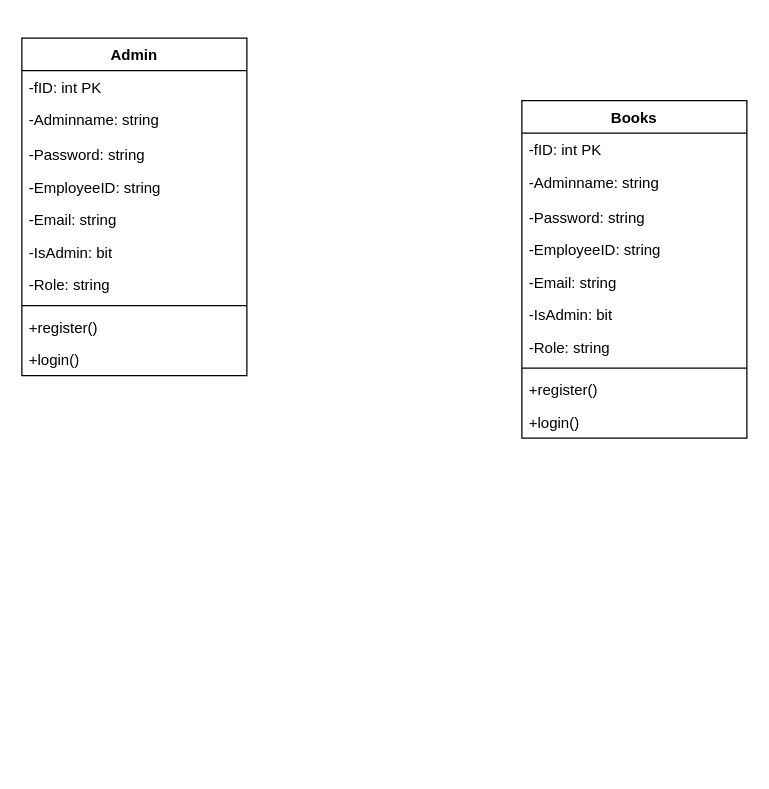
Earlier version of the draw.io diagram bookstore.drawio (ktungl/on-the-road). Source tidied: cells renumbered, new cells numbered last; positions are measured from the earlier drawing's top-left corner, leaving out a move shared by most shapes. Both pictures are drawn from the tidied source at 125%, with x=0, y=0 at pixel (21, 38).
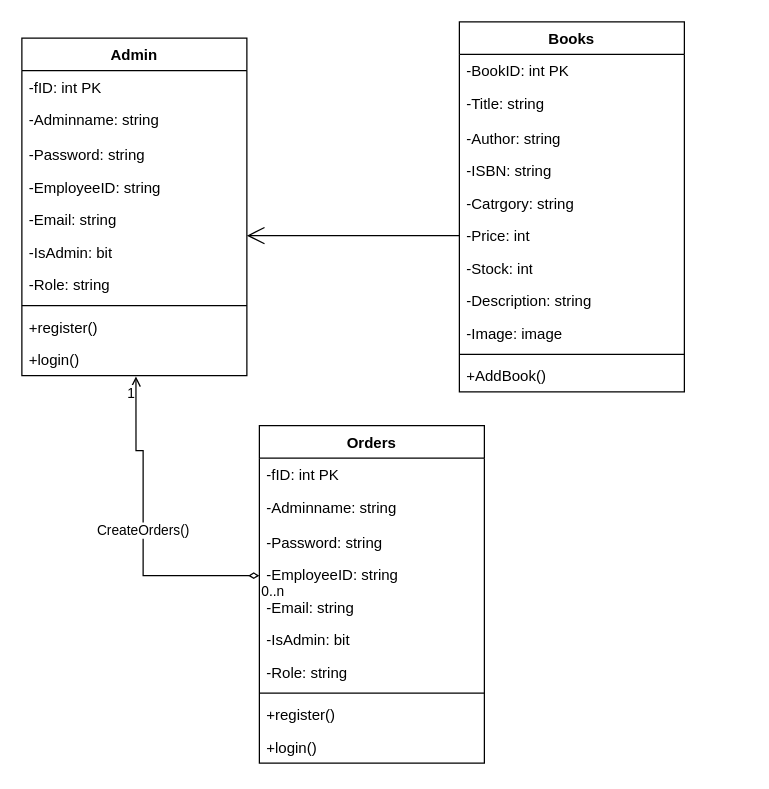
Above is the later version.

Unchanged cells that the change refers to:
```xml
<mxCell id="12" value="+login()" style="text;strokeColor=none;fillColor=none;align=left;verticalAlign=top;spacingLeft=4;spacingRight=4;overflow=hidden;points=[[0,0.5],[1,0.5]];portConstraint=eastwest;whiteSpace=wrap;html=1;" parent="2" vertex="1">
  <mxGeometry y="244" width="180" height="26" as="geometry" />
</mxCell>
```

Change to the diagram source:
```diff
@@
     <mxCell id="13" value="Books" style="swimlane;fontStyle=1;align=center;verticalAlign=top;horizontal=1;startSize=26;whiteSpace=wrap;html=1;" parent="1" vertex="1">
-      <mxGeometry x="400" y="50" width="180" height="270" as="geometry" />
+      <mxGeometry x="350" y="-13" width="180" height="296" as="geometry" />
     </mxCell>
+    <mxCell id="24" value="-BookID: int PK" style="text;strokeColor=none;fillColor=none;align=left;verticalAlign=top;spacingLeft=4;spacingRight=4;overflow=hidden;whiteSpace=wrap;html=1;" parent="13" vertex="1">
+      <mxGeometry y="26" width="180" height="26" as="geometry" />
+    </mxCell>
+    <mxCell id="25" value="-Title: string" style="text;strokeColor=none;fillColor=none;align=left;verticalAlign=top;spacingLeft=4;spacingRight=4;overflow=hidden;whiteSpace=wrap;html=1;" parent="13" vertex="1">
+      <mxGeometry y="52" width="180" height="28" as="geometry" />
+    </mxCell>
+    <mxCell id="26" value="-Author: string" style="text;strokeColor=none;fillColor=none;align=left;verticalAlign=top;spacingLeft=4;spacingRight=4;overflow=hidden;whiteSpace=wrap;html=1;" parent="13" vertex="1">
+      <mxGeometry y="80" width="180" height="26" as="geometry" />
+    </mxCell>
+    <mxCell id="27" value="-ISBN: string" style="text;strokeColor=none;fillColor=none;align=left;verticalAlign=top;spacingLeft=4;spacingRight=4;overflow=hidden;whiteSpace=wrap;html=1;" parent="13" vertex="1">
+      <mxGeometry y="106" width="180" height="26" as="geometry" />
+    </mxCell>
+    <mxCell id="28" value="-Catrgory: string" style="text;strokeColor=none;fillColor=none;align=left;verticalAlign=top;spacingLeft=4;spacingRight=4;overflow=hidden;whiteSpace=wrap;html=1;" parent="13" vertex="1">
+      <mxGeometry y="132" width="180" height="26" as="geometry" />
+    </mxCell>
+    <mxCell id="29" value="-Price: int" style="text;strokeColor=none;fillColor=none;align=left;verticalAlign=top;spacingLeft=4;spacingRight=4;overflow=hidden;points=[[0,0.5],[1,0.5]];portConstraint=eastwest;whiteSpace=wrap;html=1;" parent="13" vertex="1">
+      <mxGeometry y="158" width="180" height="26" as="geometry" />
+    </mxCell>
+    <mxCell id="30" value="-Stock: int" style="text;strokeColor=none;fillColor=none;align=left;verticalAlign=top;spacingLeft=4;spacingRight=4;overflow=hidden;whiteSpace=wrap;html=1;" parent="13" vertex="1">
+      <mxGeometry y="184" width="180" height="26" as="geometry" />
+    </mxCell>
+    <mxCell id="31" value="-Description: string" style="text;strokeColor=none;fillColor=none;align=left;verticalAlign=top;spacingLeft=4;spacingRight=4;overflow=hidden;whiteSpace=wrap;html=1;" parent="13" vertex="1">
+      <mxGeometry y="210" width="180" height="26" as="geometry" />
+    </mxCell>
+    <mxCell id="32" value="-Image: image" style="text;strokeColor=none;fillColor=none;align=left;verticalAlign=top;spacingLeft=4;spacingRight=4;overflow=hidden;whiteSpace=wrap;html=1;" parent="13" vertex="1">
+      <mxGeometry y="236" width="180" height="26" as="geometry" />
+    </mxCell>
+    <mxCell id="33" style="line;strokeWidth=1;fillColor=none;align=left;verticalAlign=middle;spacingTop=-1;spacingLeft=3;spacingRight=3;labelPosition=right;strokeColor=inherit;" parent="13" vertex="1">
+      <mxGeometry y="262" width="180" height="8" as="geometry" />
+    </mxCell>
+    <mxCell id="34" value="+AddBook()&lt;div&gt;&lt;br&gt;&lt;/div&gt;" style="text;strokeColor=none;fillColor=none;align=left;verticalAlign=top;spacingLeft=4;spacingRight=4;overflow=hidden;whiteSpace=wrap;html=1;" parent="13" vertex="1">
+      <mxGeometry y="270" width="180" height="26" as="geometry" />
+    </mxCell>
+    <mxCell id="35" style="endArrow=open;endFill=1;endSize=12;html=1;rounded=0;entryX=1;entryY=0.5;entryDx=0;entryDy=0;exitX=0;exitY=0.5;exitDx=0;exitDy=0;" parent="1" edge="1" source="29">
+      <mxGeometry relative="1" as="geometry">
+        <mxPoint x="180" y="158" as="targetPoint" />
+      </mxGeometry>
+    </mxCell>
+    <mxCell id="36" value="Orders" style="swimlane;fontStyle=1;align=center;verticalAlign=top;horizontal=1;startSize=26;whiteSpace=wrap;html=1;" parent="1" vertex="1">
+      <mxGeometry x="190" y="310" width="180" height="270" as="geometry" />
+    </mxCell>
-    <mxCell id="14" value="-fID: int PK" style="text;strokeColor=none;fillColor=none;align=left;verticalAlign=top;spacingLeft=4;spacingRight=4;overflow=hidden;whiteSpace=wrap;html=1;" parent="13" vertex="1">
+    <mxCell id="14" value="-fID: int PK" style="text;strokeColor=none;fillColor=none;align=left;verticalAlign=top;spacingLeft=4;spacingRight=4;overflow=hidden;whiteSpace=wrap;html=1;" parent="36" vertex="1">
       <mxGeometry y="26" width="180" height="26" as="geometry" />
     </mxCell>
-    <mxCell id="15" value="-Adminname: string" style="text;strokeColor=none;fillColor=none;align=left;verticalAlign=top;spacingLeft=4;spacingRight=4;overflow=hidden;whiteSpace=wrap;html=1;" parent="13" vertex="1">
+    <mxCell id="15" value="-Adminname: string" style="text;strokeColor=none;fillColor=none;align=left;verticalAlign=top;spacingLeft=4;spacingRight=4;overflow=hidden;whiteSpace=wrap;html=1;" parent="36" vertex="1">
       <mxGeometry y="52" width="180" height="28" as="geometry" />
     </mxCell>
-    <mxCell id="16" value="-Password: string" style="text;strokeColor=none;fillColor=none;align=left;verticalAlign=top;spacingLeft=4;spacingRight=4;overflow=hidden;whiteSpace=wrap;html=1;" parent="13" vertex="1">
+    <mxCell id="16" value="-Password: string" style="text;strokeColor=none;fillColor=none;align=left;verticalAlign=top;spacingLeft=4;spacingRight=4;overflow=hidden;whiteSpace=wrap;html=1;" parent="36" vertex="1">
       <mxGeometry y="80" width="180" height="26" as="geometry" />
     </mxCell>
-    <mxCell id="17" value="-EmployeeID: string" style="text;strokeColor=none;fillColor=none;align=left;verticalAlign=top;spacingLeft=4;spacingRight=4;overflow=hidden;whiteSpace=wrap;html=1;" parent="13" vertex="1">
+    <mxCell id="17" value="-EmployeeID: string" style="text;strokeColor=none;fillColor=none;align=left;verticalAlign=top;spacingLeft=4;spacingRight=4;overflow=hidden;whiteSpace=wrap;html=1;" parent="36" vertex="1">
       <mxGeometry y="106" width="180" height="26" as="geometry" />
     </mxCell>
-    <mxCell id="18" value="-Email: string" style="text;strokeColor=none;fillColor=none;align=left;verticalAlign=top;spacingLeft=4;spacingRight=4;overflow=hidden;whiteSpace=wrap;html=1;" parent="13" vertex="1">
+    <mxCell id="18" value="-Email: string" style="text;strokeColor=none;fillColor=none;align=left;verticalAlign=top;spacingLeft=4;spacingRight=4;overflow=hidden;whiteSpace=wrap;html=1;" parent="36" vertex="1">
       <mxGeometry y="132" width="180" height="26" as="geometry" />
     </mxCell>
-    <mxCell id="19" value="-IsAdmin: bit" style="text;strokeColor=none;fillColor=none;align=left;verticalAlign=top;spacingLeft=4;spacingRight=4;overflow=hidden;whiteSpace=wrap;html=1;" parent="13" vertex="1">
+    <mxCell id="19" value="-IsAdmin: bit" style="text;strokeColor=none;fillColor=none;align=left;verticalAlign=top;spacingLeft=4;spacingRight=4;overflow=hidden;whiteSpace=wrap;html=1;" parent="36" vertex="1">
       <mxGeometry y="158" width="180" height="26" as="geometry" />
     </mxCell>
-    <mxCell id="20" value="-Role: string" style="text;strokeColor=none;fillColor=none;align=left;verticalAlign=top;spacingLeft=4;spacingRight=4;overflow=hidden;whiteSpace=wrap;html=1;" parent="13" vertex="1">
+    <mxCell id="20" value="-Role: string" style="text;strokeColor=none;fillColor=none;align=left;verticalAlign=top;spacingLeft=4;spacingRight=4;overflow=hidden;whiteSpace=wrap;html=1;" parent="36" vertex="1">
       <mxGeometry y="184" width="180" height="26" as="geometry" />
     </mxCell>
-    <mxCell id="21" style="line;strokeWidth=1;fillColor=none;align=left;verticalAlign=middle;spacingTop=-1;spacingLeft=3;spacingRight=3;labelPosition=right;strokeColor=inherit;" parent="13" vertex="1">
+    <mxCell id="21" style="line;strokeWidth=1;fillColor=none;align=left;verticalAlign=middle;spacingTop=-1;spacingLeft=3;spacingRight=3;labelPosition=right;strokeColor=inherit;" parent="36" vertex="1">
       <mxGeometry y="210" width="180" height="8" as="geometry" />
     </mxCell>
-    <mxCell id="22" value="+register()" style="text;strokeColor=none;fillColor=none;align=left;verticalAlign=top;spacingLeft=4;spacingRight=4;overflow=hidden;whiteSpace=wrap;html=1;" parent="13" vertex="1">
+    <mxCell id="22" value="+register()" style="text;strokeColor=none;fillColor=none;align=left;verticalAlign=top;spacingLeft=4;spacingRight=4;overflow=hidden;whiteSpace=wrap;html=1;" parent="36" vertex="1">
       <mxGeometry y="218" width="180" height="26" as="geometry" />
     </mxCell>
-    <mxCell id="23" value="+login()" style="text;strokeColor=none;fillColor=none;align=left;verticalAlign=top;spacingLeft=4;spacingRight=4;overflow=hidden;whiteSpace=wrap;html=1;" parent="13" vertex="1">
+    <mxCell id="23" value="+login()" style="text;strokeColor=none;fillColor=none;align=left;verticalAlign=top;spacingLeft=4;spacingRight=4;overflow=hidden;whiteSpace=wrap;html=1;" parent="36" vertex="1">
       <mxGeometry y="244" width="180" height="26" as="geometry" />
     </mxCell>
+    <mxCell id="37" value="CreateOrders()" style="endArrow=open;html=1;startArrow=diamondThin;startFill=0;rounded=0;entryX=0.507;entryY=1.026;entryDx=0;entryDy=0;entryPerimeter=0;edgeStyle=orthogonalEdgeStyle;" parent="1" edge="1" target="12">
+      <mxGeometry relative="1" as="geometry">
+        <mxPoint x="190" y="430" as="sourcePoint" />
+        <Array as="points">
+          <mxPoint x="97" y="430" />
+          <mxPoint x="97" y="330" />
+          <mxPoint x="91" y="330" />
+        </Array>
+      </mxGeometry>
+    </mxCell>
+    <mxCell id="38" value="0..n" style="edgeLabel;html=1;align=left;verticalAlign=top;" parent="37" vertex="1">
+      <mxGeometry x="-1" relative="1" as="geometry" />
+    </mxCell>
+    <mxCell id="39" value="1" style="edgeLabel;html=1;align=right;verticalAlign=top;" parent="37" vertex="1">
+      <mxGeometry x="1" relative="1" as="geometry" />
+    </mxCell>
```
